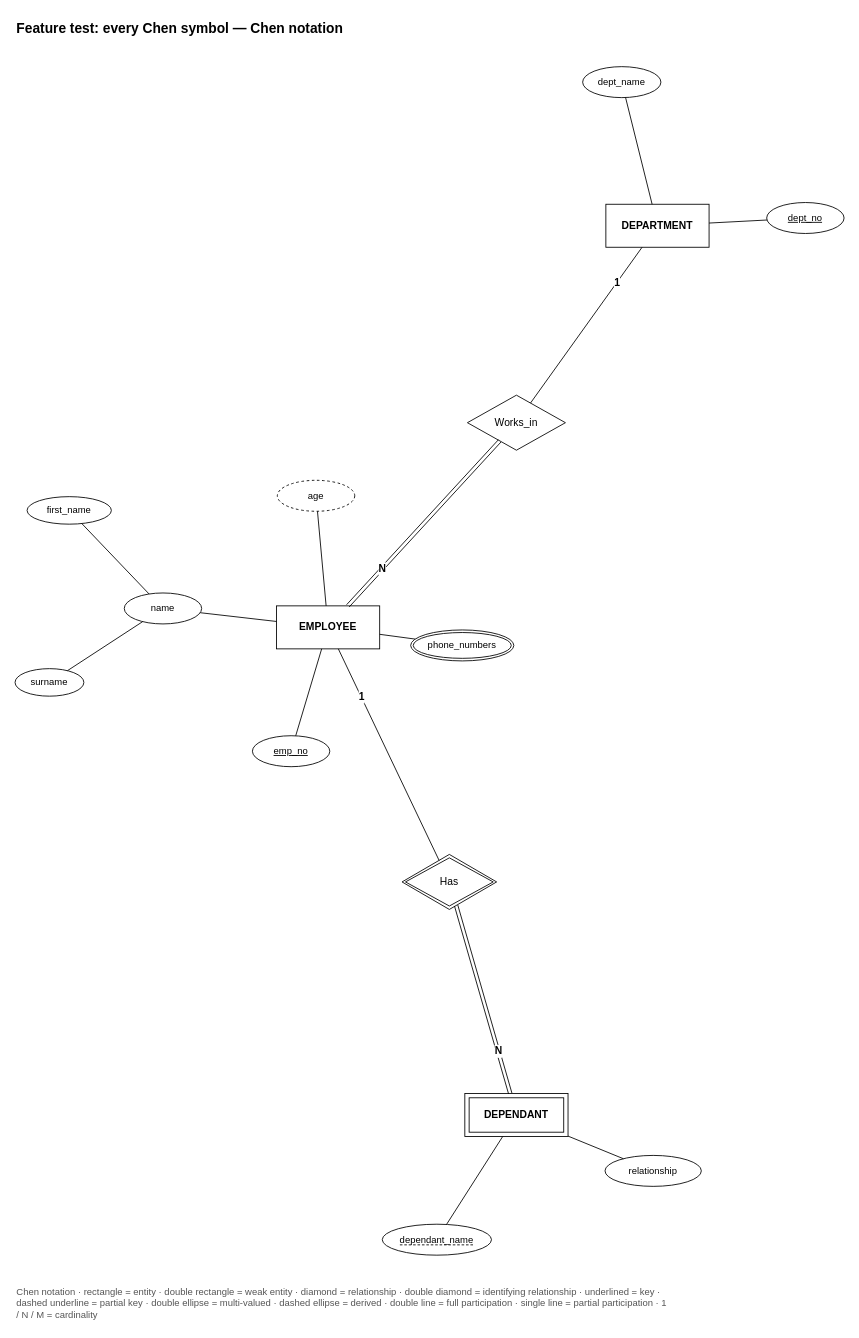
pearsekeenan23/drawio-skill keeps this draw.io diagram as skills/drawio-skill/examples/erd-chen/features-chen.drawio. Above is the earlier version. Source tidied: cells renumbered, new cells numbered last; positions are measured from the earlier drawing's top-left corner, leaving out a move shared by most shapes. Both pictures are drawn from the tidied source at 86%, with x=0, y=0 at pixel (15, 15).
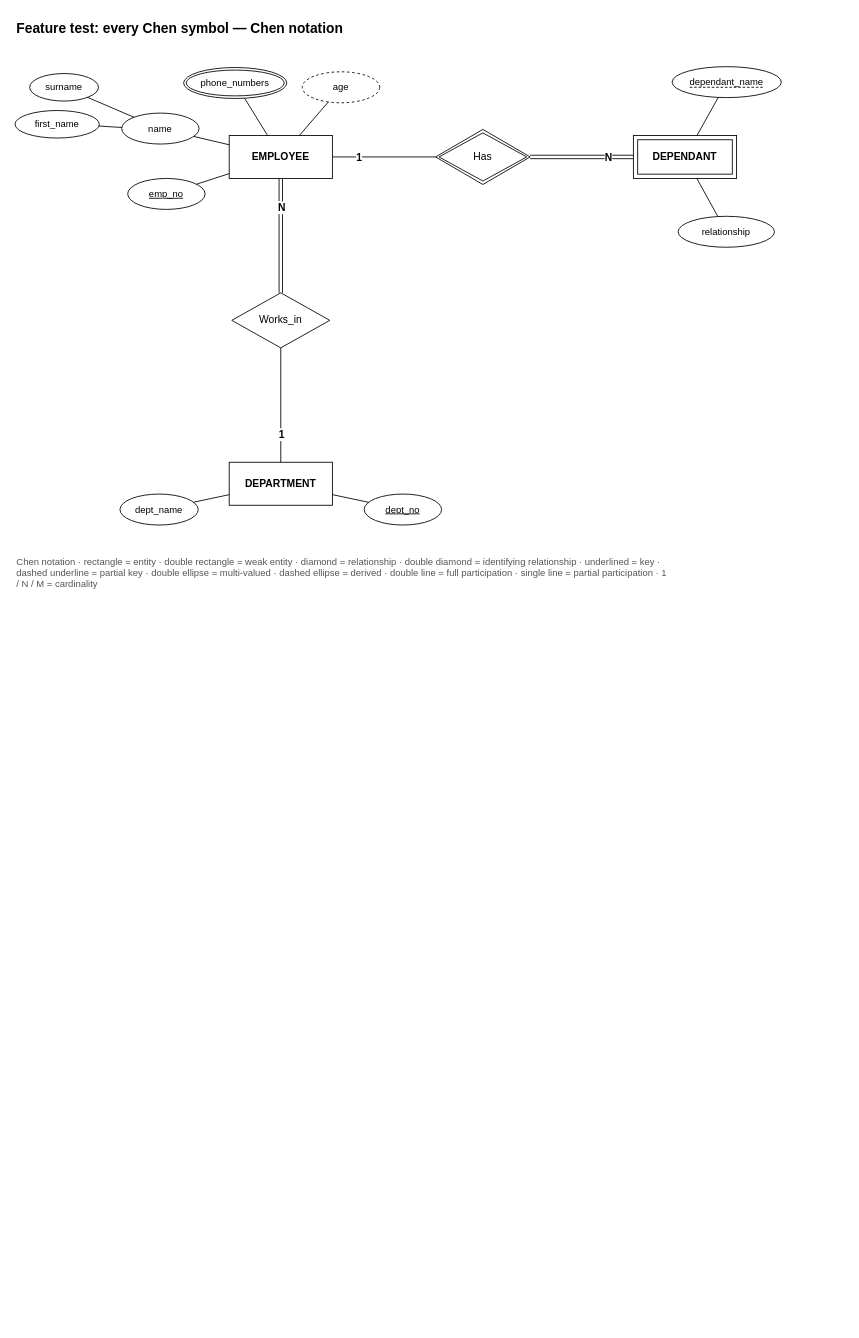
The same page after the edit.

The change refers to these unchanged cells:
```xml
<mxCell id="27" style="endArrow=none;html=1;rounded=0;strokeColor=#000000;" parent="1" edge="1" source="3" target="26">
  <mxGeometry relative="1" as="geometry" />
</mxCell>
<mxCell id="29" style="shape=link;html=1;rounded=0;strokeColor=#000000;" parent="1" edge="1" source="16" target="26">
  <mxGeometry relative="1" as="geometry" />
</mxCell>
<mxCell id="32" style="shape=link;html=1;rounded=0;strokeColor=#000000;" parent="1" edge="1" source="3" target="31">
  <mxGeometry relative="1" as="geometry" />
</mxCell>
<mxCell id="34" style="endArrow=none;html=1;rounded=0;strokeColor=#000000;" parent="1" edge="1" source="21" target="31">
  <mxGeometry relative="1" as="geometry" />
</mxCell>
```

Diff of the diagram source:
```diff
@@
     <mxCell id="2" value="Feature test: every Chen symbol — Chen notation" style="text;html=1;fontSize=16;fontStyle=1;align=left;verticalAlign=middle;" parent="1" vertex="1">
-      <mxGeometry width="600" height="30" as="geometry" />
+      <mxGeometry width="700" height="30" as="geometry" />
     </mxCell>
     <mxCell id="3" value="EMPLOYEE" style="rounded=0;whiteSpace=wrap;html=1;fontStyle=1;fillColor=#ffffff;strokeColor=#000000;" parent="1" vertex="1">
-      <mxGeometry x="304" y="687" width="120" height="50" as="geometry" />
+      <mxGeometry x="249" y="140" width="120" height="50" as="geometry" />
     </mxCell>
-    <mxCell id="4" value="emp_no" style="ellipse;whiteSpace=wrap;html=1;fillColor=#ffffff;strokeColor=#000000;fontSize=11;fontStyle=4;" parent="1" vertex="1">
-      <mxGeometry x="276" y="838" width="90" height="36" as="geometry" />
-    </mxCell>
-    <mxCell id="5" style="endArrow=none;html=1;rounded=0;strokeColor=#000000;" parent="1" edge="1" source="3" target="4">
-      <mxGeometry relative="1" as="geometry" />
-    </mxCell>
+    <mxCell id="16" value="DEPENDANT" style="shape=ext;margin=3;double=1;whiteSpace=wrap;html=1;fontStyle=1;fillColor=#ffffff;strokeColor=#000000;" parent="1" vertex="1">
+      <mxGeometry x="719" y="140" width="120" height="50" as="geometry" />
+    </mxCell>
+    <mxCell id="21" value="DEPARTMENT" style="rounded=0;whiteSpace=wrap;html=1;fontStyle=1;fillColor=#ffffff;strokeColor=#000000;" parent="1" vertex="1">
+      <mxGeometry x="249" y="520" width="120" height="50" as="geometry" />
+    </mxCell>
+    <mxCell id="26" value="Has" style="shape=rhombus;double=1;perimeter=rhombusPerimeter;whiteSpace=wrap;html=1;fillColor=#ffffff;strokeColor=#000000;" parent="1" vertex="1">
+      <mxGeometry x="489" y="133" width="110" height="64" as="geometry" />
+    </mxCell>
+    <mxCell id="31" value="Works_in" style="shape=rhombus;perimeter=rhombusPerimeter;whiteSpace=wrap;html=1;fillColor=#ffffff;strokeColor=#000000;" parent="1" vertex="1">
+      <mxGeometry x="252" y="323" width="114" height="64" as="geometry" />
+    </mxCell>
+    <mxCell id="8" value="emp_no" style="ellipse;whiteSpace=wrap;html=1;fillColor=#ffffff;strokeColor=#000000;fontSize=11;fontStyle=4;" parent="1" vertex="1">
+      <mxGeometry x="131" y="190" width="90" height="36" as="geometry" />
+    </mxCell>
     <mxCell id="6" value="name" style="ellipse;whiteSpace=wrap;html=1;fillColor=#ffffff;strokeColor=#000000;fontSize=11;" parent="1" vertex="1">
-      <mxGeometry x="127" y="672" width="90" height="36" as="geometry" />
+      <mxGeometry x="124" y="114" width="90" height="36" as="geometry" />
     </mxCell>
-    <mxCell id="7" style="endArrow=none;html=1;rounded=0;strokeColor=#000000;" parent="1" edge="1" source="3" target="6">
-      <mxGeometry relative="1" as="geometry" />
-    </mxCell>
-    <mxCell id="8" value="first_name" style="ellipse;whiteSpace=wrap;html=1;fillColor=#ffffff;strokeColor=#000000;fontSize=11;" parent="1" vertex="1">
-      <mxGeometry x="14" y="560" width="98" height="32" as="geometry" />
-    </mxCell>
-    <mxCell id="9" style="endArrow=none;html=1;rounded=0;strokeColor=#000000;" parent="1" edge="1" source="6" target="8">
-      <mxGeometry relative="1" as="geometry" />
-    </mxCell>
-    <mxCell id="10" value="surname" style="ellipse;whiteSpace=wrap;html=1;fillColor=#ffffff;strokeColor=#000000;fontSize=11;" parent="1" vertex="1">
-      <mxGeometry y="760" width="80" height="32" as="geometry" />
+    <mxCell id="10" value="first_name" style="ellipse;whiteSpace=wrap;html=1;fillColor=#ffffff;strokeColor=#000000;fontSize=11;" parent="1" vertex="1">
+      <mxGeometry y="111" width="98" height="32" as="geometry" />
     </mxCell>
-    <mxCell id="11" style="endArrow=none;html=1;rounded=0;strokeColor=#000000;" parent="1" edge="1" source="6" target="10">
-      <mxGeometry relative="1" as="geometry" />
-    </mxCell>
+    <mxCell id="37" value="surname" style="ellipse;whiteSpace=wrap;html=1;fillColor=#ffffff;strokeColor=#000000;fontSize=11;" parent="1" vertex="1">
+      <mxGeometry x="17" y="68" width="80" height="32" as="geometry" />
+    </mxCell>
     <mxCell id="12" value="phone_numbers" style="ellipse;shape=doubleEllipse;margin=3;whiteSpace=wrap;html=1;fillColor=#ffffff;strokeColor=#000000;fontSize=11;" parent="1" vertex="1">
-      <mxGeometry x="460" y="715" width="120" height="36" as="geometry" />
+      <mxGeometry x="196" y="61" width="120" height="36" as="geometry" />
     </mxCell>
-    <mxCell id="13" style="endArrow=none;html=1;rounded=0;strokeColor=#000000;" parent="1" edge="1" source="3" target="12">
-      <mxGeometry relative="1" as="geometry" />
-    </mxCell>
+    <mxCell id="38" value="age" style="ellipse;whiteSpace=wrap;html=1;fillColor=#ffffff;strokeColor=#000000;fontSize=11;dashed=1;" parent="1" vertex="1">
+      <mxGeometry x="334" y="66" width="90" height="36" as="geometry" />
+    </mxCell>
-    <mxCell id="14" value="age" style="ellipse;whiteSpace=wrap;html=1;fillColor=#ffffff;strokeColor=#000000;fontSize=11;dashed=1;" parent="1" vertex="1">
-      <mxGeometry x="305" y="541" width="90" height="36" as="geometry" />
+    <mxCell id="14" value="&lt;span style=&quot;border-bottom:1px dashed;&quot;&gt;dependant_name&lt;/span&gt;" style="ellipse;whiteSpace=wrap;html=1;fillColor=#ffffff;strokeColor=#000000;fontSize=11;" parent="1" vertex="1">
+      <mxGeometry x="764" y="60" width="127" height="36" as="geometry" />
     </mxCell>
-    <mxCell id="15" style="endArrow=none;html=1;rounded=0;strokeColor=#000000;" parent="1" edge="1" source="3" target="14">
-      <mxGeometry relative="1" as="geometry" />
-    </mxCell>
-    <mxCell id="16" value="DEPENDANT" style="shape=ext;margin=3;double=1;whiteSpace=wrap;html=1;fontStyle=1;fillColor=#ffffff;strokeColor=#000000;" parent="1" vertex="1">
-      <mxGeometry x="523" y="1254" width="120" height="50" as="geometry" />
-    </mxCell>
+    <mxCell id="19" value="relationship" style="ellipse;whiteSpace=wrap;html=1;fillColor=#ffffff;strokeColor=#000000;fontSize=11;" parent="1" vertex="1">
+      <mxGeometry x="771" y="234" width="112" height="36" as="geometry" />
+    </mxCell>
+    <mxCell id="22" value="dept_no" style="ellipse;whiteSpace=wrap;html=1;fillColor=#ffffff;strokeColor=#000000;fontSize=11;fontStyle=4;" parent="1" vertex="1">
+      <mxGeometry x="406" y="557" width="90" height="36" as="geometry" />
+    </mxCell>
-    <mxCell id="17" value="&lt;span style=&quot;border-bottom:1px dashed;&quot;&gt;dependant_name&lt;/span&gt;" style="ellipse;whiteSpace=wrap;html=1;fillColor=#ffffff;strokeColor=#000000;fontSize=11;" parent="1" vertex="1">
-      <mxGeometry x="427" y="1406" width="127" height="36" as="geometry" />
+    <mxCell id="17" value="dept_name" style="ellipse;whiteSpace=wrap;html=1;fillColor=#ffffff;strokeColor=#000000;fontSize=11;" parent="1" vertex="1">
+      <mxGeometry x="122" y="557" width="91" height="36" as="geometry" />
     </mxCell>
-    <mxCell id="18" style="endArrow=none;html=1;rounded=0;strokeColor=#000000;" parent="1" edge="1" source="16" target="17">
+    <mxCell id="18" style="endArrow=none;html=1;rounded=0;strokeColor=#000000;" parent="1" edge="1" source="3" target="8">
       <mxGeometry relative="1" as="geometry" />
     </mxCell>
-    <mxCell id="19" value="relationship" style="ellipse;whiteSpace=wrap;html=1;fillColor=#ffffff;strokeColor=#000000;fontSize=11;" parent="1" vertex="1">
-      <mxGeometry x="686" y="1326" width="112" height="36" as="geometry" />
-    </mxCell>
+    <mxCell id="7" style="endArrow=none;html=1;rounded=0;strokeColor=#000000;" parent="1" edge="1" source="3" target="6">
+      <mxGeometry relative="1" as="geometry" />
+    </mxCell>
-    <mxCell id="20" style="endArrow=none;html=1;rounded=0;strokeColor=#000000;" parent="1" edge="1" source="16" target="19">
+    <mxCell id="20" style="endArrow=none;html=1;rounded=0;strokeColor=#000000;" parent="1" edge="1" source="6" target="10">
       <mxGeometry relative="1" as="geometry" />
     </mxCell>
-    <mxCell id="21" value="DEPARTMENT" style="rounded=0;whiteSpace=wrap;html=1;fontStyle=1;fillColor=#ffffff;strokeColor=#000000;" parent="1" vertex="1">
-      <mxGeometry x="687" y="220" width="120" height="50" as="geometry" />
-    </mxCell>
-    <mxCell id="22" value="dept_no" style="ellipse;whiteSpace=wrap;html=1;fillColor=#ffffff;strokeColor=#000000;fontSize=11;fontStyle=4;" parent="1" vertex="1">
-      <mxGeometry x="874" y="218" width="90" height="36" as="geometry" />
-    </mxCell>
+    <mxCell id="39" style="endArrow=none;html=1;rounded=0;strokeColor=#000000;" parent="1" edge="1" source="6" target="37">
+      <mxGeometry relative="1" as="geometry" />
+    </mxCell>
+    <mxCell id="13" style="endArrow=none;html=1;rounded=0;strokeColor=#000000;" parent="1" edge="1" source="3" target="12">
+      <mxGeometry relative="1" as="geometry" />
+    </mxCell>
-    <mxCell id="23" style="endArrow=none;html=1;rounded=0;strokeColor=#000000;" parent="1" edge="1" source="21" target="22">
+    <mxCell id="23" style="endArrow=none;html=1;rounded=0;strokeColor=#000000;" parent="1" edge="1" source="3" target="38">
       <mxGeometry relative="1" as="geometry" />
     </mxCell>
-    <mxCell id="24" value="dept_name" style="ellipse;whiteSpace=wrap;html=1;fillColor=#ffffff;strokeColor=#000000;fontSize=11;" parent="1" vertex="1">
-      <mxGeometry x="660" y="60" width="91" height="36" as="geometry" />
-    </mxCell>
+    <mxCell id="40" style="endArrow=none;html=1;rounded=0;strokeColor=#000000;" parent="1" edge="1" source="16" target="14">
+      <mxGeometry relative="1" as="geometry" />
+    </mxCell>
-    <mxCell id="25" style="endArrow=none;html=1;rounded=0;strokeColor=#000000;" parent="1" edge="1" source="21" target="24">
+    <mxCell id="25" style="endArrow=none;html=1;rounded=0;strokeColor=#000000;" parent="1" edge="1" source="16" target="19">
       <mxGeometry relative="1" as="geometry" />
     </mxCell>
-    <mxCell id="26" value="Has" style="shape=rhombus;double=1;perimeter=rhombusPerimeter;whiteSpace=wrap;html=1;fillColor=#ffffff;strokeColor=#000000;" parent="1" vertex="1">
-      <mxGeometry x="450" y="976" width="110" height="64" as="geometry" />
-    </mxCell>
+    <mxCell id="41" style="endArrow=none;html=1;rounded=0;strokeColor=#000000;" parent="1" edge="1" source="21" target="22">
+      <mxGeometry relative="1" as="geometry" />
+    </mxCell>
+    <mxCell id="42" style="endArrow=none;html=1;rounded=0;strokeColor=#000000;" parent="1" edge="1" source="21" target="17">
+      <mxGeometry relative="1" as="geometry" />
+    </mxCell>
@@
     <mxCell id="28" value="1" style="edgeLabel;html=1;align=center;verticalAlign=middle;fontStyle=1;fontSize=12;labelBackgroundColor=#ffffff;" parent="27" vertex="1">
-      <mxGeometry x="-0.55" relative="1" as="geometry" />
+      <mxGeometry x="-0.5" relative="1" as="geometry" />
     </mxCell>
@@
     <mxCell id="30" value="N" style="edgeLabel;html=1;align=center;verticalAlign=middle;fontStyle=1;fontSize=12;labelBackgroundColor=#ffffff;" parent="29" vertex="1">
-      <mxGeometry x="-0.55" relative="1" as="geometry" />
+      <mxGeometry x="-0.5" relative="1" as="geometry" />
     </mxCell>
-    <mxCell id="31" value="Works_in" style="shape=rhombus;perimeter=rhombusPerimeter;whiteSpace=wrap;html=1;fillColor=#ffffff;strokeColor=#000000;" parent="1" vertex="1">
-      <mxGeometry x="526" y="442" width="114" height="64" as="geometry" />
-    </mxCell>
@@
     <mxCell id="33" value="N" style="edgeLabel;html=1;align=center;verticalAlign=middle;fontStyle=1;fontSize=12;labelBackgroundColor=#ffffff;" parent="32" vertex="1">
-      <mxGeometry x="-0.55" relative="1" as="geometry" />
+      <mxGeometry x="-0.5" relative="1" as="geometry" />
     </mxCell>
@@
     <mxCell id="35" value="1" style="edgeLabel;html=1;align=center;verticalAlign=middle;fontStyle=1;fontSize=12;labelBackgroundColor=#ffffff;" parent="34" vertex="1">
-      <mxGeometry x="-0.55" relative="1" as="geometry" />
+      <mxGeometry x="-0.5" relative="1" as="geometry" />
     </mxCell>
     <mxCell id="36" value="Chen notation · rectangle = entity · double rectangle = weak entity · diamond = relationship · double diamond = identifying relationship · underlined = key · dashed underline = partial key · double ellipse = multi-valued · dashed ellipse = derived · double line = full participation · single line = partial participation · 1 / N / M = cardinality" style="text;html=1;fontSize=11;align=left;verticalAlign=top;fontColor=#555555;whiteSpace=wrap;" parent="1" vertex="1">
-      <mxGeometry y="1472" width="760" height="50" as="geometry" />
+      <mxGeometry y="623" width="760" height="50" as="geometry" />
     </mxCell>
```
